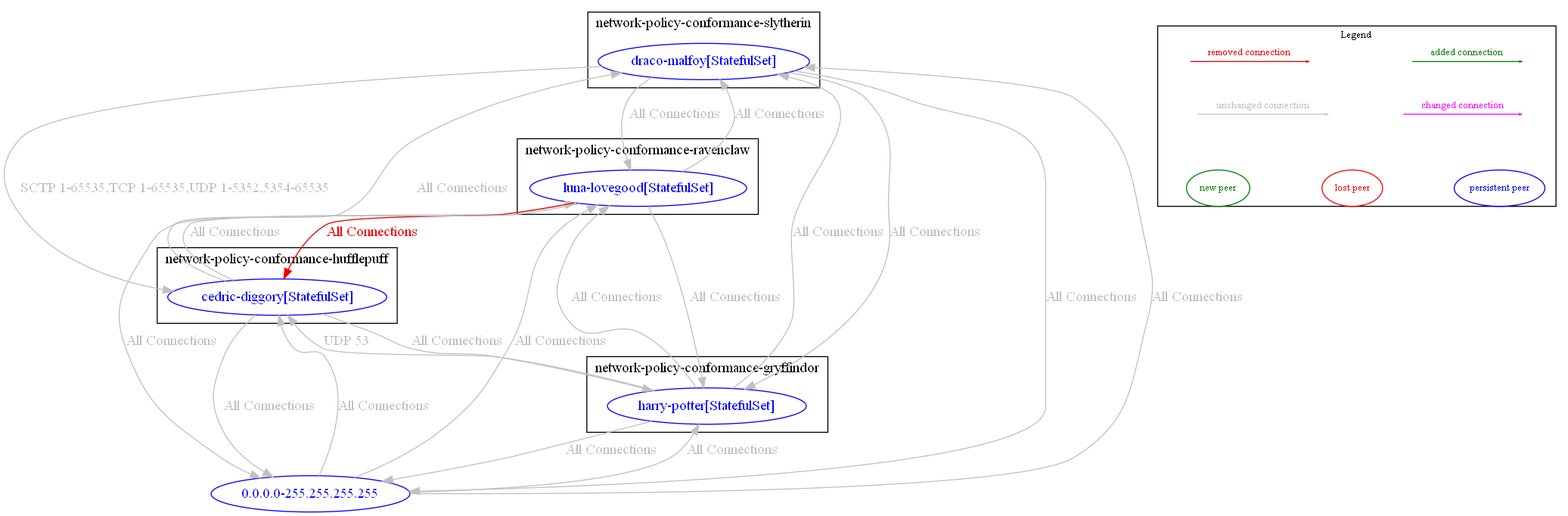
The Graphviz diagram test_outputs/diff/diff_between_banp_test_core_ingress_udp_swapping_rules_and_banp_test_core_ingress_udp_rules.dot.png in np-guard/netpol-analyzer, before a commit. Its source is kept beside it as test_outputs/diff/diff_between_banp_test_core_ingress_udp_swapping_rules_and_banp_test_core_ingress_udp_rules.dot.
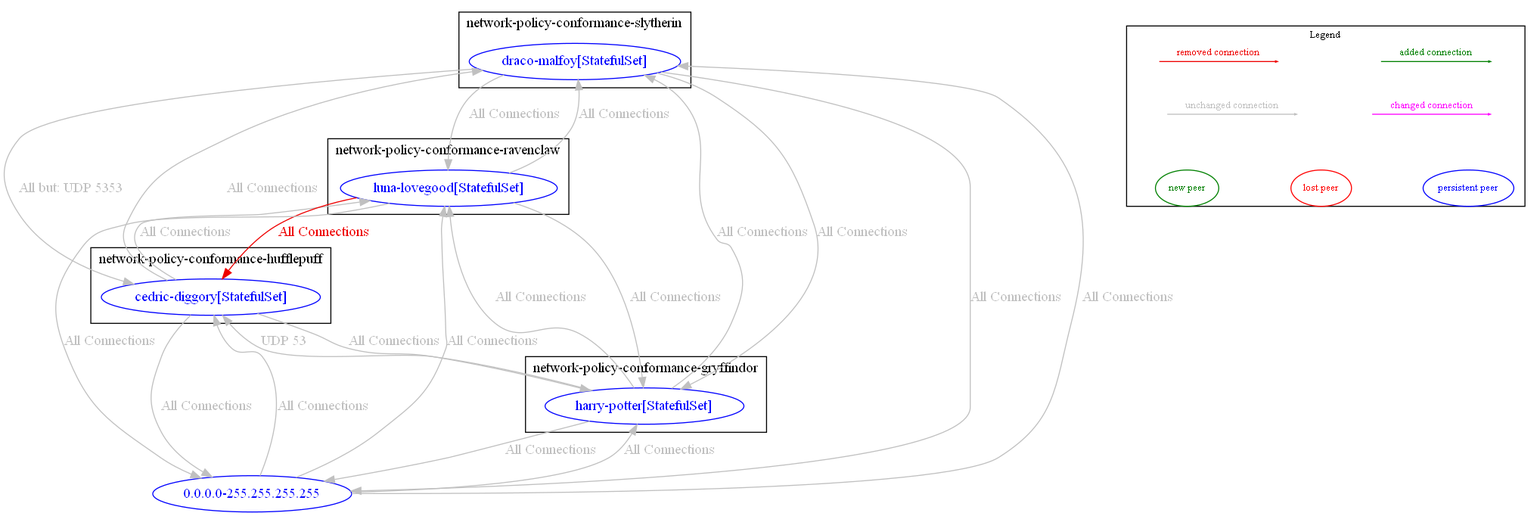
After the change.

What changed in the source:
```diff
@@ -42,7 +42,7 @@
 	"network-policy-conformance-ravenclaw/luna-lovegood[StatefulSet]" -> "network-policy-conformance-slytherin/draco-malfoy[StatefulSet]" [label="All Connections" color="grey" fontcolor="grey" weight=0.5]
 	"network-policy-conformance-slytherin/draco-malfoy[StatefulSet]" -> "0.0.0.0-255.255.255.255" [label="All Connections" color="grey" fontcolor="grey" weight=1]
 	"network-policy-conformance-slytherin/draco-malfoy[StatefulSet]" -> "network-policy-conformance-gryffindor/harry-potter[StatefulSet]" [label="All Connections" color="grey" fontcolor="grey" weight=1]
-	"network-policy-conformance-slytherin/draco-malfoy[StatefulSet]" -> "network-policy-conformance-hufflepuff/cedric-diggory[StatefulSet]" [label="SCTP 1-65535,TCP 1-65535,UDP 1-5352,5354-65535" color="grey" fontcolor="grey" weight=1]
+	"network-policy-conformance-slytherin/draco-malfoy[StatefulSet]" -> "network-policy-conformance-hufflepuff/cedric-diggory[StatefulSet]" [label="All but: UDP 5353" color="grey" fontcolor="grey" weight=1]
 	"network-policy-conformance-slytherin/draco-malfoy[StatefulSet]" -> "network-policy-conformance-ravenclaw/luna-lovegood[StatefulSet]" [label="All Connections" color="grey" fontcolor="grey" weight=1]
 	nodesep=0.5
 	subgraph cluster_legend {
```
